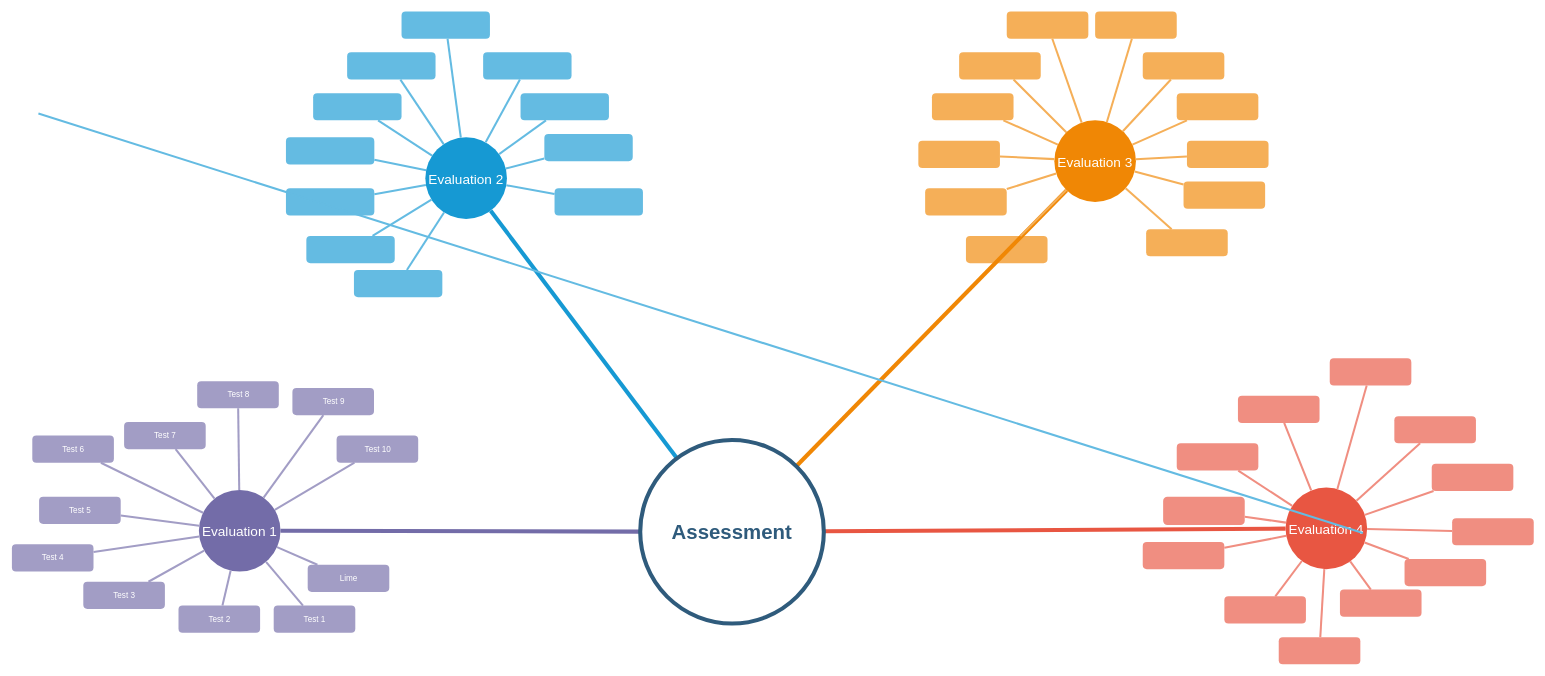
Earlier version of the draw.io diagram diagramming/Assessment_Evaluation_Test.drawio (aj-stein/notebook). Source tidied: cells renumbered, new cells numbered last; positions are measured from the earlier drawing's top-left corner, leaving out a move shared by most shapes. Both pictures are drawn from the tidied source at 68%, with x=0, y=0 at pixel (12, 11).
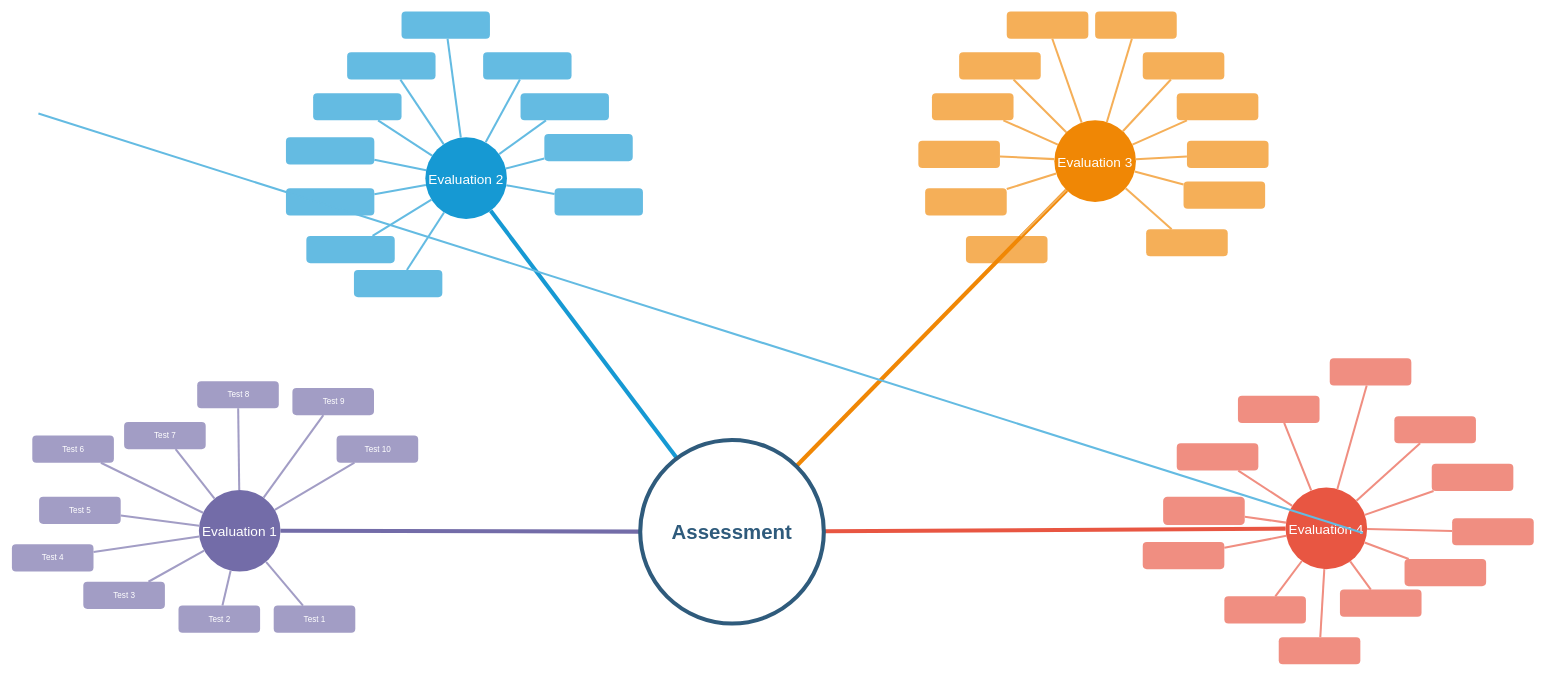
The same page after the edit.

Commit message:
Remove errant 11th Evaluation 1 test 'Lime.'

The change refers to these unchanged cells:
```xml
<mxCell id="82" value="Evaluation 1" style="ellipse;whiteSpace=wrap;html=1;shadow=0;fontFamily=Helvetica;fontSize=20;fontColor=#FFFFFF;align=center;strokeWidth=3;fillColor=#736ca8;strokeColor=none;" parent="1" vertex="1">
  <mxGeometry x="275" y="704" width="120" height="120" as="geometry" />
</mxCell>
```

Change to the diagram source:
```diff
@@
-    <mxCell id="88" value="Lime" style="rounded=1;fillColor=#a29dc5;strokeColor=none;strokeWidth=3;shadow=0;html=1;fontColor=#FFFFFF;" parent="1" vertex="1">
-      <mxGeometry x="435" y="814" width="120" height="40" as="geometry" />
-    </mxCell>
@@
-    <mxCell id="99" style="edgeStyle=none;endArrow=none;strokeWidth=3;strokeColor=#A29DC5;html=1;" parent="1" edge="1" source="82" target="88">
-      <mxGeometry x="-1498" y="-275" as="geometry" />
-    </mxCell>
```
